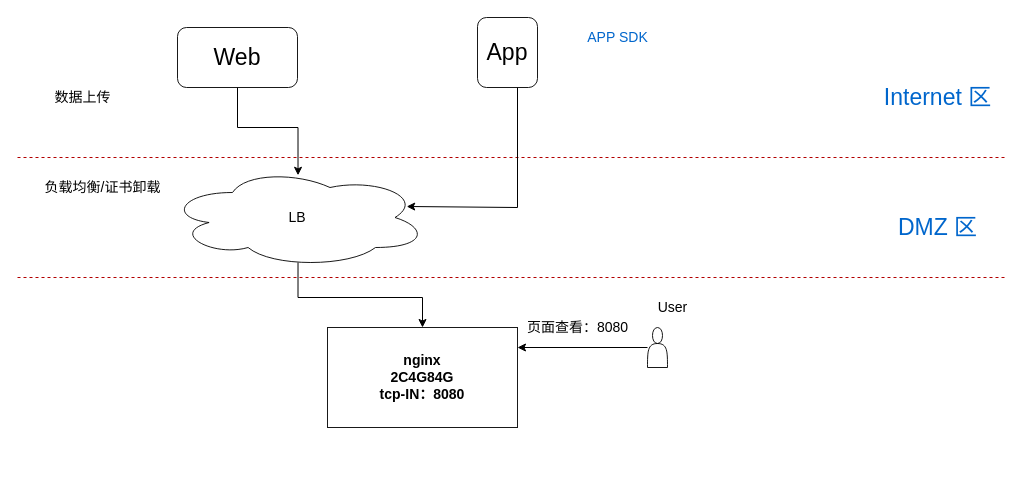
The draw.io diagram 通用平台上线.drawio in zeng0550/free-programming-books, before the edit. Source tidied: cells renumbered, new cells numbered last; positions are measured from the earlier drawing's top-left corner, leaving out a move shared by most shapes. Both pictures are drawn from the tidied source at 100%, with x=0, y=0 at pixel (17, 17).
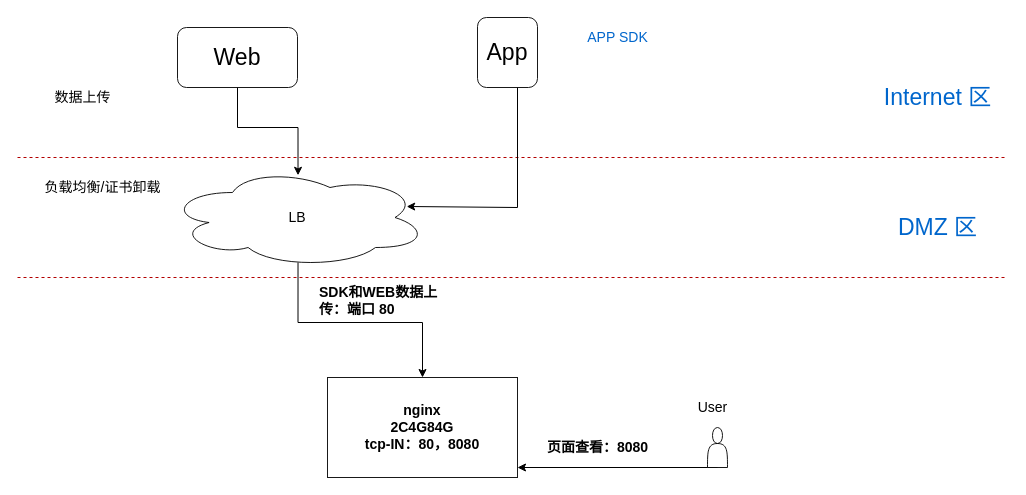
After the change.

Commit message:
更新通用平台上线.drawio

Change to the diagram source:
```diff
@@
-    <mxCell id="15" value="&lt;b&gt;&lt;font color=&quot;#000000&quot;&gt;nginx&lt;br&gt;2C4G84G&lt;br&gt;tcp-IN：8080&lt;/font&gt;&lt;/b&gt;" style="rounded=0;whiteSpace=wrap;html=1;fontSize=14;fontColor=#0066CC;strokeWidth=1;opacity=90;" parent="1" vertex="1">
-      <mxGeometry x="310" y="310" width="190" height="100" as="geometry" />
+    <mxCell id="15" value="&lt;b&gt;&lt;font color=&quot;#000000&quot;&gt;nginx&lt;br&gt;2C4G84G&lt;br&gt;tcp-IN：80，8080&lt;/font&gt;&lt;/b&gt;" style="rounded=0;whiteSpace=wrap;html=1;fontSize=14;fontColor=#0066CC;strokeWidth=1;opacity=90;" parent="1" vertex="1">
+      <mxGeometry x="310" y="360" width="190" height="100" as="geometry" />
     </mxCell>
     <mxCell id="16" value="User" style="text;html=1;align=center;verticalAlign=middle;strokeColor=none;fillColor=none;fontSize=14;" parent="1" vertex="1">
-      <mxGeometry x="630" y="280" width="50" height="20" as="geometry" />
+      <mxGeometry x="670" y="380" width="50" height="20" as="geometry" />
     </mxCell>
-    <mxCell id="17" style="edgeStyle=orthogonalEdgeStyle;rounded=0;jettySize=auto;html=1;fontSize=14;fontColor=#0066CC;" parent="1" edge="1" source="18">
+    <mxCell id="17" style="edgeStyle=orthogonalEdgeStyle;rounded=0;jettySize=auto;html=1;fontSize=14;fontColor=#0066CC;exitX=0.5;exitY=1;exitDx=0;exitDy=0;" parent="1" edge="1" source="18">
       <mxGeometry relative="1" as="geometry">
-        <mxPoint x="500" y="330" as="targetPoint" />
+        <mxPoint x="500" y="450" as="targetPoint" />
+        <Array as="points">
+          <mxPoint x="500" y="450" />
+        </Array>
       </mxGeometry>
     </mxCell>
     <mxCell id="18" style="shape=actor;whiteSpace=wrap;html=1;fontSize=14;fontColor=#0066CC;strokeWidth=1;opacity=90;" parent="1" vertex="1">
-      <mxGeometry x="630" y="310" width="20" height="40" as="geometry" />
+      <mxGeometry x="690" y="410" width="20" height="40" as="geometry" />
     </mxCell>
-    <mxCell id="19" value="页面查看：8080" style="text;html=1;align=center;verticalAlign=middle;strokeColor=none;fillColor=none;fontSize=14;" parent="1" vertex="1">
-      <mxGeometry x="500" y="300" width="120" height="20" as="geometry" />
+    <mxCell id="19" value="&lt;b&gt;页面查看：8080&lt;/b&gt;" style="text;html=1;align=center;verticalAlign=middle;strokeColor=none;fillColor=none;fontSize=14;" parent="1" vertex="1">
+      <mxGeometry x="520" y="420" width="120" height="20" as="geometry" />
     </mxCell>
+    <mxCell id="20" value="&lt;b&gt;SDK和WEB数据上传：端口 80&amp;nbsp;&lt;/b&gt;" style="text;whiteSpace=wrap;html=1;fontSize=14;fontColor=#000000;" parent="1" vertex="1">
+      <mxGeometry x="300" y="260" width="130" height="30" as="geometry" />
+    </mxCell>
```
